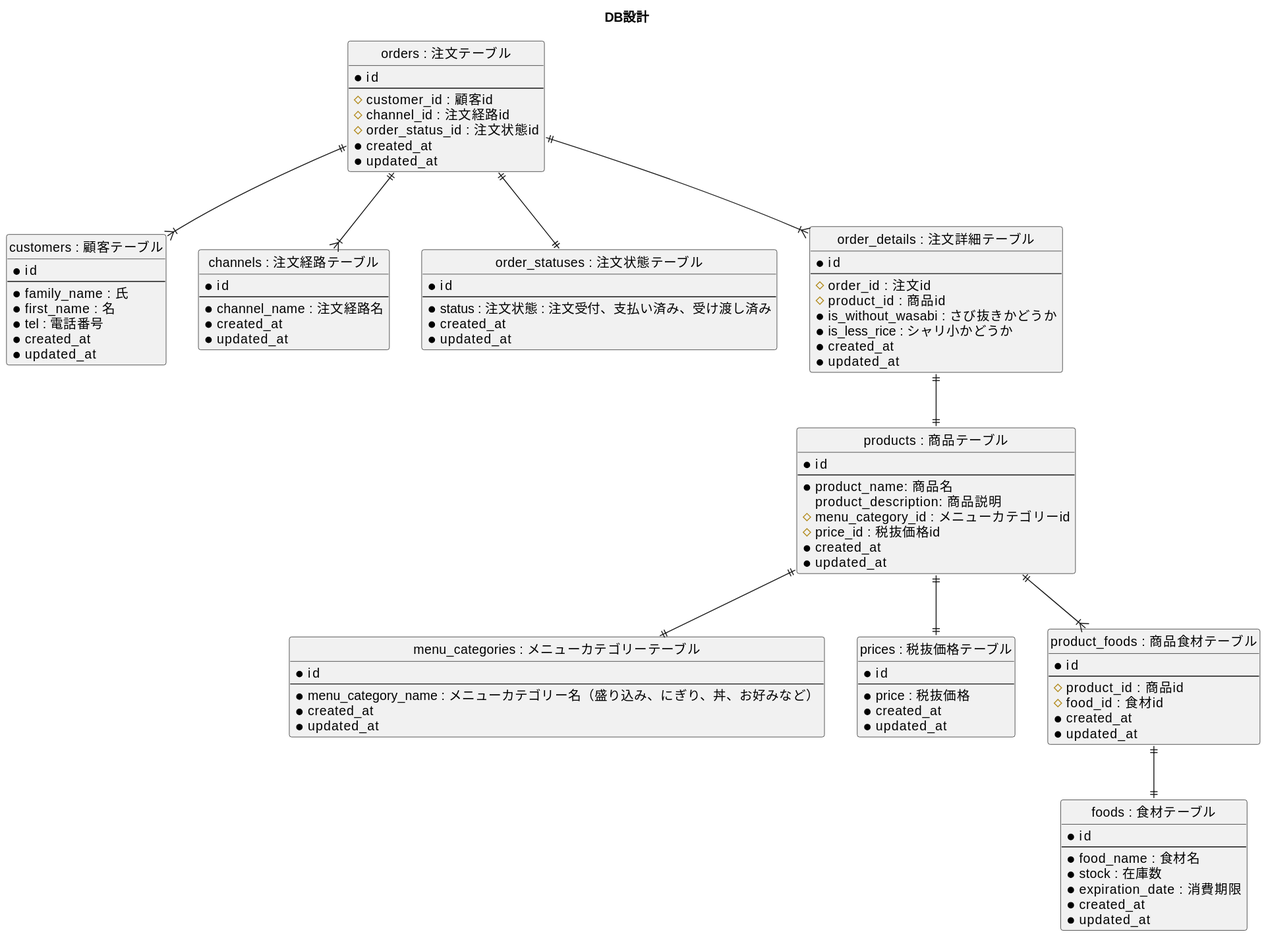
praha-inc/praha-challenge-7 keeps this PlantUML diagram as RSnHzWhxTB705z/01_データベース設計/01_DBモデリング1/01_01_02_er_diagram.svg. Above is the earlier version.
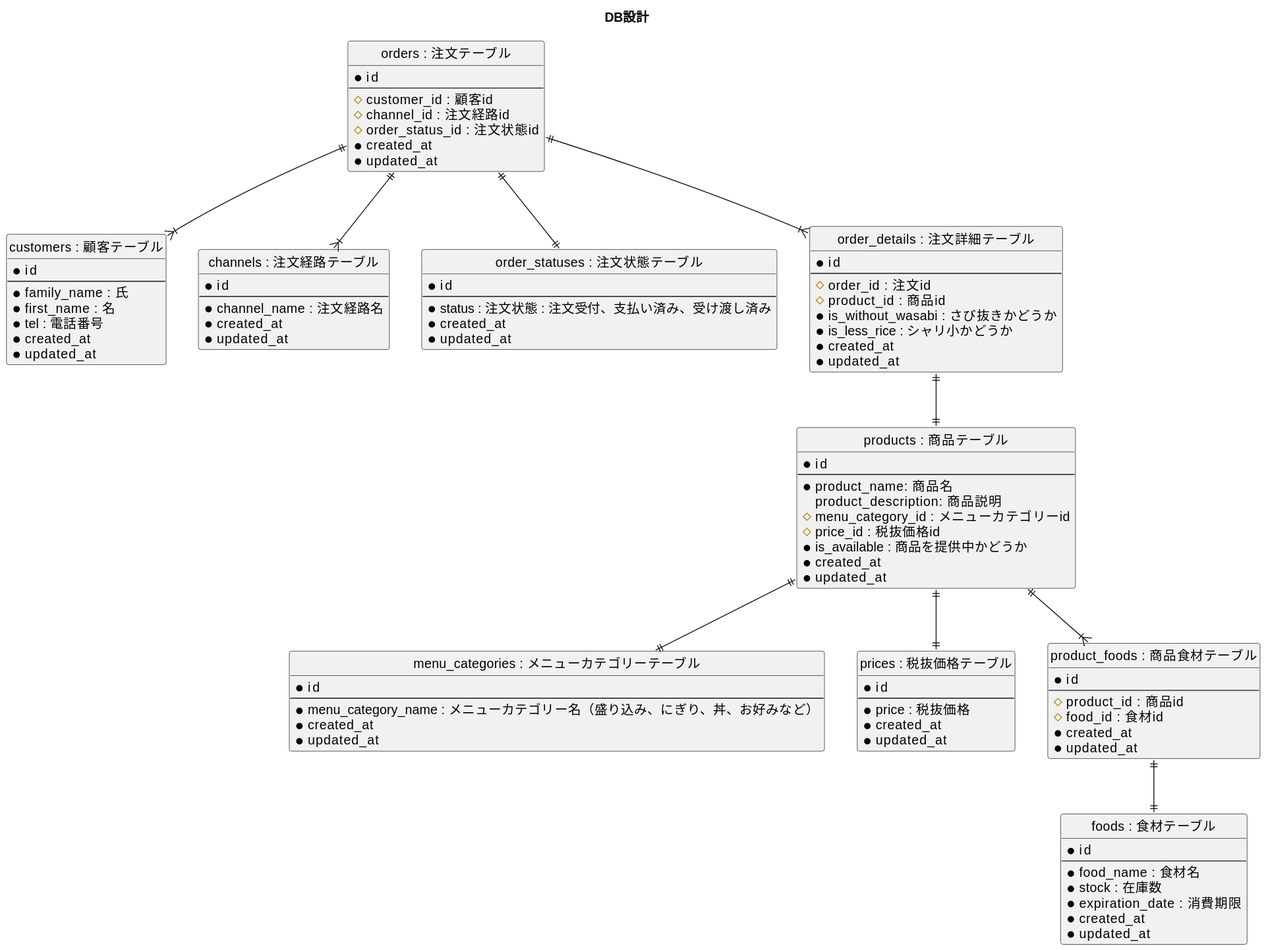
The same file after the commit.

What changed in the source:
```diff
@@ -57,6 +57,7 @@
   product_description: 商品説明
   #menu_category_id : メニューカテゴリーid
   #price_id : 税抜価格id
+  *is_available : 商品を提供中かどうか
   *created_at
   *updated_at
 }
```
